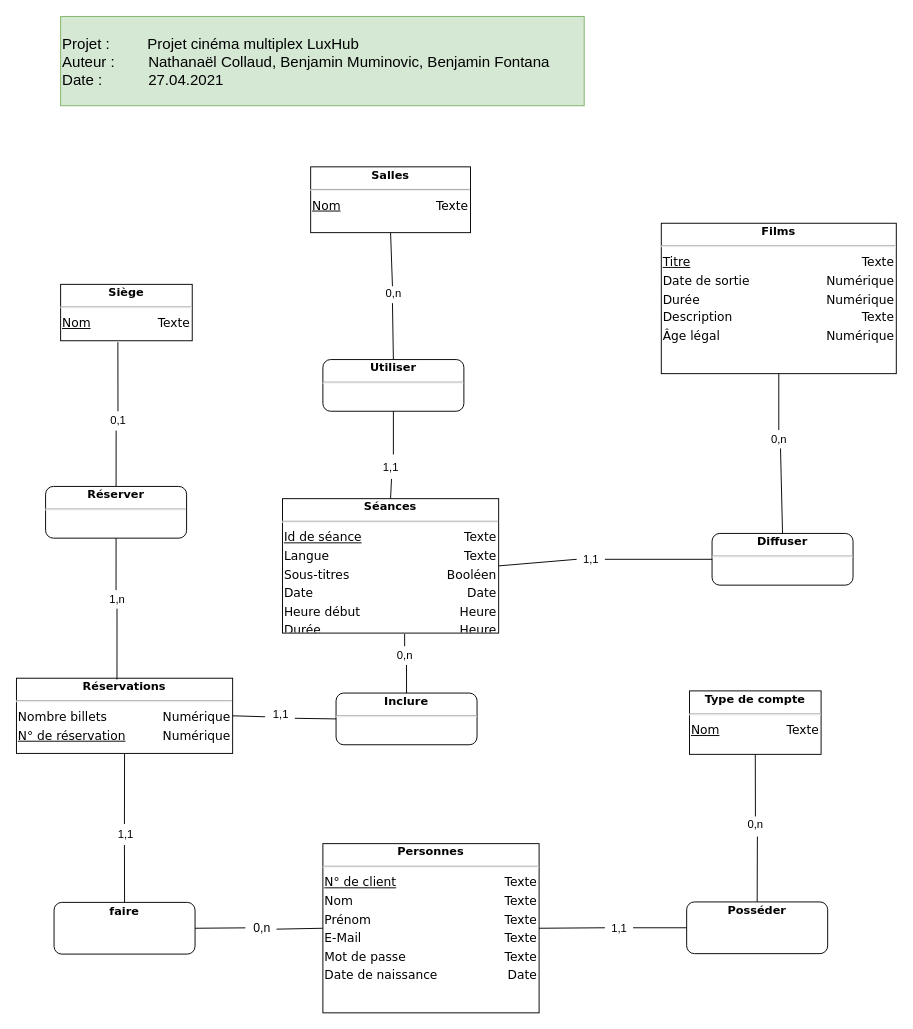
The draw.io diagram Doc/MCD.drawio in benjaminMum/LuxHub, before the edit. Source tidied: cells renumbered, new cells numbered last; positions are measured from the earlier drawing's top-left corner, leaving out a move shared by most shapes. Both pictures are drawn from the tidied source at 94%, with x=0, y=0 at pixel (16, 16).
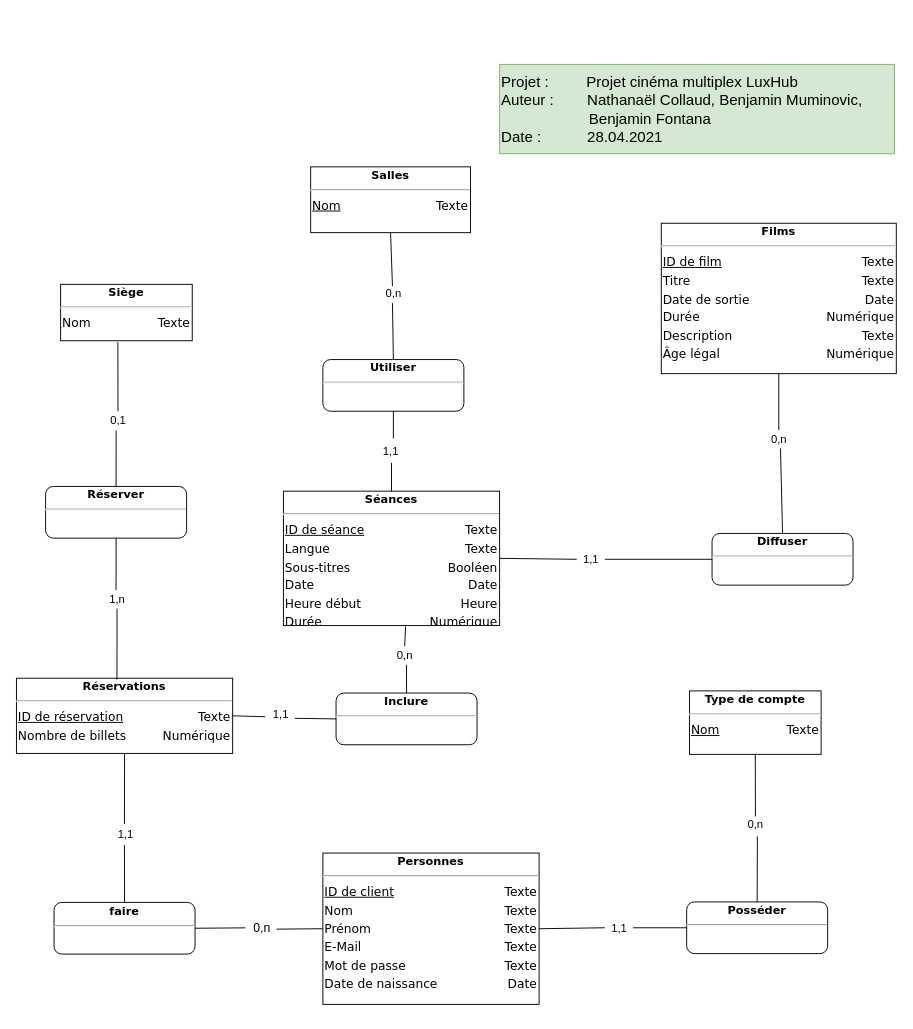
Above is the later version.

Commit message (it also covers changes not shown here):
Modifications on the conceptual data model

The edit, as a diff of the source:
```diff
@@
-    <mxCell id="2" value="Projet :&amp;nbsp; &amp;nbsp; &amp;nbsp; &amp;nbsp; &amp;nbsp;Projet cinéma multiplex LuxHub&lt;br&gt;&lt;span style=&quot;text-align: center&quot;&gt;Auteur :&amp;nbsp; &amp;nbsp; &amp;nbsp; &amp;nbsp; Nathanaël Collaud, Benjamin Muminovic, Benjamin Fontana&lt;/span&gt;&lt;br&gt;&lt;div&gt;Date :&amp;nbsp; &amp;nbsp; &amp;nbsp; &amp;nbsp; &amp;nbsp; &amp;nbsp;27.04.2021&lt;/div&gt;" style="rounded=0;whiteSpace=wrap;html=1;labelBackgroundColor=none;strokeColor=#82b366;fontSize=16;align=left;fillColor=#d5e8d4;" parent="1" vertex="1">
-      <mxGeometry x="47" width="557" height="95" as="geometry" />
+    <mxCell id="2" value="Projet :&amp;nbsp; &amp;nbsp; &amp;nbsp; &amp;nbsp; &amp;nbsp;Projet cinéma multiplex LuxHub&lt;br&gt;&lt;span style=&quot;text-align: center&quot;&gt;Auteur :&amp;nbsp; &amp;nbsp; &amp;nbsp; &amp;nbsp; Nathanaël Collaud, Benjamin Muminovic,&amp;nbsp; &amp;nbsp; &amp;nbsp; &amp;nbsp; &amp;nbsp; &amp;nbsp; &amp;nbsp; &amp;nbsp; &amp;nbsp; &amp;nbsp; &amp;nbsp; &amp;nbsp; &amp;nbsp; &amp;nbsp; &amp;nbsp;Benjamin Fontana&lt;/span&gt;&lt;br&gt;&lt;div&gt;Date :&amp;nbsp; &amp;nbsp; &amp;nbsp; &amp;nbsp; &amp;nbsp; &amp;nbsp;28.04.2021&lt;/div&gt;" style="rounded=0;whiteSpace=wrap;html=1;labelBackgroundColor=none;strokeColor=#82b366;fontSize=16;align=left;fillColor=#d5e8d4;" parent="1" vertex="1">
+      <mxGeometry x="514" y="51" width="420" height="95" as="geometry" />
     </mxCell>
@@
-    <mxCell id="8" value="&lt;div style=&quot;box-sizing: border-box ; width: 100% ; padding: 2px&quot;&gt;&lt;span style=&quot;background-color: rgb(255 , 255 , 255)&quot;&gt;&lt;b&gt;Films&lt;/b&gt;&lt;/span&gt;&lt;/div&gt;&lt;hr&gt;&lt;table style=&quot;width: 100% ; font-size: 1em&quot; cellpadding=&quot;2&quot; cellspacing=&quot;0&quot;&gt;&lt;tbody style=&quot;font-size: 13px&quot;&gt;&lt;tr&gt;&lt;td style=&quot;text-align: left&quot;&gt;&lt;u&gt;Titre&lt;/u&gt;&lt;/td&gt;&lt;td style=&quot;text-align: right&quot;&gt;Texte&lt;/td&gt;&lt;/tr&gt;&lt;tr&gt;&lt;td style=&quot;text-align: left&quot;&gt;Date de sortie&lt;/td&gt;&lt;td style=&quot;text-align: right&quot;&gt;Numérique&lt;/td&gt;&lt;/tr&gt;&lt;tr&gt;&lt;td style=&quot;text-align: left&quot;&gt;Durée&lt;/td&gt;&lt;td style=&quot;text-align: right&quot;&gt;Numérique&lt;/td&gt;&lt;/tr&gt;&lt;tr&gt;&lt;td style=&quot;text-align: left&quot;&gt;Description&lt;/td&gt;&lt;td style=&quot;text-align: right&quot;&gt;Texte&lt;/td&gt;&lt;/tr&gt;&lt;tr&gt;&lt;td style=&quot;text-align: left&quot;&gt;Âge légal&lt;/td&gt;&lt;td style=&quot;text-align: right&quot;&gt;Numérique&lt;/td&gt;&lt;/tr&gt;&lt;/tbody&gt;&lt;/table&gt;" style="verticalAlign=top;align=center;overflow=fill;html=1;rounded=0;shadow=0;comic=0;labelBackgroundColor=none;strokeColor=#000000;strokeWidth=1;fillColor=#ffffff;fontFamily=Verdana;fontSize=12;fontColor=#000000;" parent="1" vertex="1">
+    <mxCell id="8" value="&lt;div style=&quot;box-sizing: border-box ; width: 100% ; padding: 2px&quot;&gt;&lt;span style=&quot;background-color: rgb(255 , 255 , 255)&quot;&gt;&lt;b&gt;Films&lt;/b&gt;&lt;/span&gt;&lt;/div&gt;&lt;hr&gt;&lt;table style=&quot;width: 100% ; font-size: 1em&quot; cellpadding=&quot;2&quot; cellspacing=&quot;0&quot;&gt;&lt;tbody style=&quot;font-size: 13px&quot;&gt;&lt;tr&gt;&lt;td style=&quot;text-align: left&quot;&gt;&lt;u&gt;ID de film&lt;/u&gt;&lt;/td&gt;&lt;td style=&quot;text-align: right&quot;&gt;Texte&lt;/td&gt;&lt;/tr&gt;&lt;tr&gt;&lt;td style=&quot;text-align: left&quot;&gt;Titre&lt;/td&gt;&lt;td style=&quot;text-align: right&quot;&gt;Texte&lt;/td&gt;&lt;/tr&gt;&lt;tr&gt;&lt;td style=&quot;text-align: left&quot;&gt;Date de sortie&lt;/td&gt;&lt;td style=&quot;text-align: right&quot;&gt;Date&lt;/td&gt;&lt;/tr&gt;&lt;tr&gt;&lt;td style=&quot;text-align: left&quot;&gt;Durée&lt;/td&gt;&lt;td style=&quot;text-align: right&quot;&gt;Numérique&lt;/td&gt;&lt;/tr&gt;&lt;tr&gt;&lt;td style=&quot;text-align: left&quot;&gt;Description&lt;/td&gt;&lt;td style=&quot;text-align: right&quot;&gt;Texte&lt;/td&gt;&lt;/tr&gt;&lt;tr&gt;&lt;td style=&quot;text-align: left&quot;&gt;Âge légal&lt;/td&gt;&lt;td style=&quot;text-align: right&quot;&gt;Numérique&lt;/td&gt;&lt;/tr&gt;&lt;/tbody&gt;&lt;/table&gt;" style="verticalAlign=top;align=center;overflow=fill;html=1;rounded=0;shadow=0;comic=0;labelBackgroundColor=none;strokeColor=#000000;strokeWidth=1;fillColor=#ffffff;fontFamily=Verdana;fontSize=12;fontColor=#000000;" parent="1" vertex="1">
       <mxGeometry x="686" y="220" width="250" height="160" as="geometry" />
     </mxCell>
@@
-    <mxCell id="12" value="&lt;div style=&quot;box-sizing: border-box ; width: 100% ; padding: 2px&quot;&gt;&lt;span style=&quot;background-color: rgb(255 , 255 , 255)&quot;&gt;&lt;b&gt;Siège&lt;/b&gt;&lt;/span&gt;&lt;/div&gt;&lt;hr&gt;&lt;table style=&quot;width: 100% ; font-size: 1em&quot; cellpadding=&quot;2&quot; cellspacing=&quot;0&quot;&gt;&lt;tbody style=&quot;font-size: 13px&quot;&gt;&lt;tr&gt;&lt;td style=&quot;text-align: left&quot;&gt;&lt;u&gt;Nom&lt;/u&gt;&lt;/td&gt;&lt;td style=&quot;text-align: right&quot;&gt;Texte&lt;/td&gt;&lt;/tr&gt;&lt;/tbody&gt;&lt;/table&gt;" style="verticalAlign=top;align=center;overflow=fill;html=1;rounded=0;shadow=0;comic=0;labelBackgroundColor=none;strokeColor=#000000;strokeWidth=1;fillColor=#ffffff;fontFamily=Verdana;fontSize=12;fontColor=#000000;" parent="1" vertex="1">
+    <mxCell id="12" value="&lt;div style=&quot;box-sizing: border-box ; width: 100% ; padding: 2px&quot;&gt;&lt;span style=&quot;background-color: rgb(255 , 255 , 255)&quot;&gt;&lt;b&gt;Siège&lt;/b&gt;&lt;/span&gt;&lt;/div&gt;&lt;hr&gt;&lt;table style=&quot;width: 100% ; font-size: 1em&quot; cellpadding=&quot;2&quot; cellspacing=&quot;0&quot;&gt;&lt;tbody style=&quot;font-size: 13px&quot;&gt;&lt;tr&gt;&lt;td style=&quot;text-align: left&quot;&gt;Nom&lt;/td&gt;&lt;td style=&quot;text-align: right&quot;&gt;Texte&lt;/td&gt;&lt;/tr&gt;&lt;/tbody&gt;&lt;/table&gt;" style="verticalAlign=top;align=center;overflow=fill;html=1;rounded=0;shadow=0;comic=0;labelBackgroundColor=none;strokeColor=#000000;strokeWidth=1;fillColor=#ffffff;fontFamily=Verdana;fontSize=12;fontColor=#000000;" parent="1" vertex="1">
       <mxGeometry x="47" y="285" width="140" height="60" as="geometry" />
     </mxCell>
@@
     <mxCell id="16" value="1,1" style="text;html=1;align=center;verticalAlign=middle;points=[];" parent="1" vertex="1">
-      <mxGeometry x="383" y="470" width="30" height="20" as="geometry" />
+      <mxGeometry x="383" y="453" width="30" height="20" as="geometry" />
     </mxCell>
@@
-    <mxCell id="21" value="&lt;div style=&quot;box-sizing: border-box ; width: 100% ; padding: 2px&quot;&gt;&lt;span style=&quot;background-color: rgb(255 , 255 , 255)&quot;&gt;&lt;b&gt;Séances&lt;/b&gt;&lt;/span&gt;&lt;/div&gt;&lt;hr&gt;&lt;table style=&quot;width: 100% ; font-size: 1em&quot; cellpadding=&quot;2&quot; cellspacing=&quot;0&quot;&gt;&lt;tbody style=&quot;font-size: 13px&quot;&gt;&lt;tr&gt;&lt;td style=&quot;text-align: left&quot;&gt;&lt;u&gt;Id de séance&lt;/u&gt;&lt;/td&gt;&lt;td style=&quot;text-align: right&quot;&gt;Texte&lt;/td&gt;&lt;/tr&gt;&lt;tr&gt;&lt;td style=&quot;text-align: left&quot;&gt;Langue&lt;/td&gt;&lt;td style=&quot;text-align: right&quot;&gt;Texte&lt;/td&gt;&lt;/tr&gt;&lt;tr&gt;&lt;td style=&quot;text-align: left&quot;&gt;Sous-titres&lt;/td&gt;&lt;td style=&quot;text-align: right&quot;&gt;Booléen&lt;/td&gt;&lt;/tr&gt;&lt;tr&gt;&lt;td style=&quot;text-align: left&quot;&gt;Date&lt;/td&gt;&lt;td style=&quot;text-align: right&quot;&gt;Date&lt;/td&gt;&lt;/tr&gt;&lt;tr&gt;&lt;td style=&quot;text-align: left&quot;&gt;Heure début&lt;br&gt;&lt;/td&gt;&lt;td style=&quot;text-align: right&quot;&gt;Heure&lt;/td&gt;&lt;/tr&gt;&lt;tr&gt;&lt;td style=&quot;text-align: left&quot;&gt;Durée&lt;/td&gt;&lt;td style=&quot;text-align: right&quot;&gt;Heure&lt;/td&gt;&lt;/tr&gt;&lt;/tbody&gt;&lt;/table&gt;" style="verticalAlign=top;align=center;overflow=fill;html=1;rounded=0;shadow=0;comic=0;labelBackgroundColor=none;strokeColor=#000000;strokeWidth=1;fillColor=#ffffff;fontFamily=Verdana;fontSize=12;fontColor=#000000;" parent="1" vertex="1">
-      <mxGeometry x="283" y="513" width="230" height="143" as="geometry" />
+    <mxCell id="21" value="&lt;div style=&quot;box-sizing: border-box ; width: 100% ; padding: 2px&quot;&gt;&lt;span style=&quot;background-color: rgb(255 , 255 , 255)&quot;&gt;&lt;b&gt;Séances&lt;/b&gt;&lt;/span&gt;&lt;/div&gt;&lt;hr&gt;&lt;table style=&quot;width: 100% ; font-size: 1em&quot; cellpadding=&quot;2&quot; cellspacing=&quot;0&quot;&gt;&lt;tbody style=&quot;font-size: 13px&quot;&gt;&lt;tr&gt;&lt;td style=&quot;text-align: left&quot;&gt;&lt;u&gt;ID de séance&lt;/u&gt;&lt;/td&gt;&lt;td style=&quot;text-align: right&quot;&gt;Texte&lt;/td&gt;&lt;/tr&gt;&lt;tr&gt;&lt;td style=&quot;text-align: left&quot;&gt;Langue&lt;/td&gt;&lt;td style=&quot;text-align: right&quot;&gt;Texte&lt;/td&gt;&lt;/tr&gt;&lt;tr&gt;&lt;td style=&quot;text-align: left&quot;&gt;Sous-titres&lt;/td&gt;&lt;td style=&quot;text-align: right&quot;&gt;Booléen&lt;/td&gt;&lt;/tr&gt;&lt;tr&gt;&lt;td style=&quot;text-align: left&quot;&gt;Date&lt;/td&gt;&lt;td style=&quot;text-align: right&quot;&gt;Date&lt;/td&gt;&lt;/tr&gt;&lt;tr&gt;&lt;td style=&quot;text-align: left&quot;&gt;Heure début&lt;br&gt;&lt;/td&gt;&lt;td style=&quot;text-align: right&quot;&gt;Heure&lt;/td&gt;&lt;/tr&gt;&lt;tr&gt;&lt;td style=&quot;text-align: left&quot;&gt;Durée&lt;/td&gt;&lt;td style=&quot;text-align: right&quot;&gt;Numérique&lt;/td&gt;&lt;/tr&gt;&lt;/tbody&gt;&lt;/table&gt;" style="verticalAlign=top;align=center;overflow=fill;html=1;rounded=0;shadow=0;comic=0;labelBackgroundColor=none;strokeColor=#000000;strokeWidth=1;fillColor=#ffffff;fontFamily=Verdana;fontSize=12;fontColor=#000000;" parent="1" vertex="1">
+      <mxGeometry x="284" y="505" width="230" height="143" as="geometry" />
     </mxCell>
@@
-    <mxCell id="23" value="&lt;div style=&quot;box-sizing: border-box ; width: 100% ; padding: 2px&quot;&gt;&lt;span style=&quot;background-color: rgb(255 , 255 , 255)&quot;&gt;&lt;b&gt;Personnes&lt;/b&gt;&lt;/span&gt;&lt;/div&gt;&lt;hr&gt;&lt;table style=&quot;width: 100% ; font-size: 1em&quot; cellpadding=&quot;2&quot; cellspacing=&quot;0&quot;&gt;&lt;tbody style=&quot;font-size: 13px&quot;&gt;&lt;tr&gt;&lt;td style=&quot;text-align: left&quot;&gt;&lt;u&gt;N° de client&lt;/u&gt;&lt;/td&gt;&lt;td style=&quot;text-align: right&quot;&gt;Texte&lt;/td&gt;&lt;/tr&gt;&lt;tr&gt;&lt;td style=&quot;text-align: left&quot;&gt;Nom&lt;/td&gt;&lt;td style=&quot;text-align: right&quot;&gt;Texte&lt;/td&gt;&lt;/tr&gt;&lt;tr&gt;&lt;td style=&quot;text-align: left&quot;&gt;Prénom&lt;br&gt;&lt;/td&gt;&lt;td style=&quot;text-align: right&quot;&gt;Texte&lt;/td&gt;&lt;/tr&gt;&lt;tr&gt;&lt;td style=&quot;text-align: left&quot;&gt;E-Mail&lt;/td&gt;&lt;td style=&quot;text-align: right&quot;&gt;&lt;span&gt;Texte&lt;/span&gt;&lt;br&gt;&lt;/td&gt;&lt;/tr&gt;&lt;tr&gt;&lt;td style=&quot;text-align: left&quot;&gt;Mot de passe&lt;/td&gt;&lt;td style=&quot;text-align: right&quot;&gt;&lt;span&gt;Texte&lt;/span&gt;&lt;br&gt;&lt;/td&gt;&lt;/tr&gt;&lt;tr&gt;&lt;td style=&quot;text-align: left&quot;&gt;Date de naissance&lt;/td&gt;&lt;td style=&quot;text-align: right&quot;&gt;Date&lt;/td&gt;&lt;/tr&gt;&lt;/tbody&gt;&lt;/table&gt;" style="verticalAlign=top;align=center;overflow=fill;html=1;rounded=0;shadow=0;comic=0;labelBackgroundColor=none;strokeColor=#000000;strokeWidth=1;fillColor=#ffffff;fontFamily=Verdana;fontSize=12;fontColor=#000000;" parent="1" vertex="1">
-      <mxGeometry x="326" y="880" width="230" height="180" as="geometry" />
+    <mxCell id="23" value="&lt;div style=&quot;box-sizing: border-box ; width: 100% ; padding: 2px&quot;&gt;&lt;span style=&quot;background-color: rgb(255 , 255 , 255)&quot;&gt;&lt;b&gt;Personnes&lt;/b&gt;&lt;/span&gt;&lt;/div&gt;&lt;hr&gt;&lt;table style=&quot;width: 100% ; font-size: 1em&quot; cellpadding=&quot;2&quot; cellspacing=&quot;0&quot;&gt;&lt;tbody style=&quot;font-size: 13px&quot;&gt;&lt;tr&gt;&lt;td style=&quot;text-align: left&quot;&gt;&lt;u&gt;ID de client&lt;/u&gt;&lt;/td&gt;&lt;td style=&quot;text-align: right&quot;&gt;Texte&lt;/td&gt;&lt;/tr&gt;&lt;tr&gt;&lt;td style=&quot;text-align: left&quot;&gt;Nom&lt;/td&gt;&lt;td style=&quot;text-align: right&quot;&gt;Texte&lt;/td&gt;&lt;/tr&gt;&lt;tr&gt;&lt;td style=&quot;text-align: left&quot;&gt;Prénom&lt;br&gt;&lt;/td&gt;&lt;td style=&quot;text-align: right&quot;&gt;Texte&lt;/td&gt;&lt;/tr&gt;&lt;tr&gt;&lt;td style=&quot;text-align: left&quot;&gt;E-Mail&lt;/td&gt;&lt;td style=&quot;text-align: right&quot;&gt;&lt;span&gt;Texte&lt;/span&gt;&lt;br&gt;&lt;/td&gt;&lt;/tr&gt;&lt;tr&gt;&lt;td style=&quot;text-align: left&quot;&gt;Mot de passe&lt;/td&gt;&lt;td style=&quot;text-align: right&quot;&gt;&lt;span&gt;Texte&lt;/span&gt;&lt;br&gt;&lt;/td&gt;&lt;/tr&gt;&lt;tr&gt;&lt;td style=&quot;text-align: left&quot;&gt;Date de naissance&lt;/td&gt;&lt;td style=&quot;text-align: right&quot;&gt;Date&lt;/td&gt;&lt;/tr&gt;&lt;/tbody&gt;&lt;/table&gt;" style="verticalAlign=top;align=center;overflow=fill;html=1;rounded=0;shadow=0;comic=0;labelBackgroundColor=none;strokeColor=#000000;strokeWidth=1;fillColor=#ffffff;fontFamily=Verdana;fontSize=12;fontColor=#000000;" parent="1" vertex="1">
+      <mxGeometry x="326" y="890" width="230" height="161" as="geometry" />
     </mxCell>
-    <mxCell id="24" value="&lt;div style=&quot;box-sizing: border-box ; width: 100% ; padding: 2px&quot;&gt;&lt;span style=&quot;background-color: rgb(255 , 255 , 255)&quot;&gt;&lt;b&gt;Réservations&lt;/b&gt;&lt;/span&gt;&lt;/div&gt;&lt;hr&gt;&lt;table style=&quot;width: 100% ; font-size: 1em&quot; cellpadding=&quot;2&quot; cellspacing=&quot;0&quot;&gt;&lt;tbody style=&quot;font-size: 13px&quot;&gt;&lt;tr&gt;&lt;td style=&quot;text-align: left&quot;&gt;Nombre billets&lt;br&gt;&lt;/td&gt;&lt;td style=&quot;text-align: right&quot;&gt;Numérique&lt;/td&gt;&lt;/tr&gt;&lt;tr&gt;&lt;td style=&quot;text-align: left&quot;&gt;&lt;u&gt;N° de réservation&lt;/u&gt;&lt;/td&gt;&lt;td style=&quot;text-align: right&quot;&gt;Numérique&lt;/td&gt;&lt;/tr&gt;&lt;/tbody&gt;&lt;/table&gt;" style="verticalAlign=top;align=center;overflow=fill;html=1;rounded=0;shadow=0;comic=0;labelBackgroundColor=none;strokeColor=#000000;strokeWidth=1;fillColor=#ffffff;fontFamily=Verdana;fontSize=12;fontColor=#000000;" parent="1" vertex="1">
+    <mxCell id="24" value="&lt;div style=&quot;box-sizing: border-box ; width: 100% ; padding: 2px&quot;&gt;&lt;span style=&quot;background-color: rgb(255 , 255 , 255)&quot;&gt;&lt;b&gt;Réservations&lt;/b&gt;&lt;/span&gt;&lt;/div&gt;&lt;hr&gt;&lt;table style=&quot;width: 100% ; font-size: 1em&quot; cellpadding=&quot;2&quot; cellspacing=&quot;0&quot;&gt;&lt;tbody style=&quot;font-size: 13px&quot;&gt;&lt;tr&gt;&lt;td style=&quot;text-align: left&quot;&gt;&lt;u&gt;ID de réservation&lt;/u&gt;&lt;br&gt;&lt;/td&gt;&lt;td style=&quot;text-align: right&quot;&gt;Texte&lt;/td&gt;&lt;/tr&gt;&lt;tr&gt;&lt;td style=&quot;text-align: left&quot;&gt;Nombre de billets&lt;/td&gt;&lt;td style=&quot;text-align: right&quot;&gt;Numérique&lt;/td&gt;&lt;/tr&gt;&lt;/tbody&gt;&lt;/table&gt;" style="verticalAlign=top;align=center;overflow=fill;html=1;rounded=0;shadow=0;comic=0;labelBackgroundColor=none;strokeColor=#000000;strokeWidth=1;fillColor=#ffffff;fontFamily=Verdana;fontSize=12;fontColor=#000000;" parent="1" vertex="1">
       <mxGeometry y="704" width="230" height="80" as="geometry" />
     </mxCell>
-    <mxCell id="25" value="&lt;div style=&quot;box-sizing: border-box ; width: 100% ; padding: 2px&quot;&gt;&lt;b&gt;faire&lt;/b&gt;&lt;/div&gt;&lt;table style=&quot;width: 100% ; font-size: 1em&quot; cellpadding=&quot;2&quot; cellspacing=&quot;0&quot;&gt;&lt;tbody&gt;&lt;tr&gt;&lt;td style=&quot;text-align: left&quot;&gt;&lt;br&gt;&lt;/td&gt;&lt;td style=&quot;text-align: right&quot;&gt;&lt;br&gt;&lt;/td&gt;&lt;/tr&gt;&lt;/tbody&gt;&lt;/table&gt;" style="verticalAlign=top;align=center;overflow=fill;html=1;rounded=1;shadow=0;comic=0;labelBackgroundColor=none;strokeColor=#000000;strokeWidth=1;fillColor=#ffffff;fontFamily=Verdana;fontSize=12;fontColor=#000000;" parent="1" vertex="1">
+    <mxCell id="25" value="&lt;div style=&quot;box-sizing: border-box ; width: 100% ; padding: 2px&quot;&gt;&lt;b&gt;faire&lt;/b&gt;&lt;/div&gt;&lt;hr&gt;&lt;table style=&quot;width: 100% ; font-size: 1em&quot; cellpadding=&quot;2&quot; cellspacing=&quot;0&quot;&gt;&lt;tbody&gt;&lt;tr&gt;&lt;td style=&quot;text-align: left&quot;&gt;&lt;br&gt;&lt;/td&gt;&lt;td style=&quot;text-align: right&quot;&gt;&lt;br&gt;&lt;/td&gt;&lt;/tr&gt;&lt;/tbody&gt;&lt;/table&gt;" style="verticalAlign=top;align=center;overflow=fill;html=1;rounded=1;shadow=0;comic=0;labelBackgroundColor=none;strokeColor=#000000;strokeWidth=1;fillColor=#ffffff;fontFamily=Verdana;fontSize=12;fontColor=#000000;" parent="1" vertex="1">
       <mxGeometry x="40" y="942.5" width="150" height="55" as="geometry" />
     </mxCell>
-    <mxCell id="26" value="&lt;div style=&quot;box-sizing: border-box ; width: 100% ; padding: 2px&quot;&gt;&lt;b&gt;Posséder&lt;/b&gt;&lt;/div&gt;&lt;table style=&quot;width: 100% ; font-size: 1em&quot; cellpadding=&quot;2&quot; cellspacing=&quot;0&quot;&gt;&lt;tbody&gt;&lt;tr&gt;&lt;td style=&quot;text-align: left&quot;&gt;&lt;br&gt;&lt;/td&gt;&lt;td style=&quot;text-align: right&quot;&gt;&lt;br&gt;&lt;/td&gt;&lt;/tr&gt;&lt;/tbody&gt;&lt;/table&gt;" style="verticalAlign=top;align=center;overflow=fill;html=1;rounded=1;shadow=0;comic=0;labelBackgroundColor=none;strokeColor=#000000;strokeWidth=1;fillColor=#ffffff;fontFamily=Verdana;fontSize=12;fontColor=#000000;" parent="1" vertex="1">
+    <mxCell id="26" value="&lt;div style=&quot;box-sizing: border-box ; width: 100% ; padding: 2px&quot;&gt;&lt;b&gt;Posséder&lt;/b&gt;&lt;/div&gt;&lt;hr&gt;&lt;table style=&quot;width: 100% ; font-size: 1em&quot; cellpadding=&quot;2&quot; cellspacing=&quot;0&quot;&gt;&lt;tbody&gt;&lt;tr&gt;&lt;td style=&quot;text-align: left&quot;&gt;&lt;br&gt;&lt;/td&gt;&lt;td style=&quot;text-align: right&quot;&gt;&lt;br&gt;&lt;/td&gt;&lt;/tr&gt;&lt;/tbody&gt;&lt;/table&gt;" style="verticalAlign=top;align=center;overflow=fill;html=1;rounded=1;shadow=0;comic=0;labelBackgroundColor=none;strokeColor=#000000;strokeWidth=1;fillColor=#ffffff;fontFamily=Verdana;fontSize=12;fontColor=#000000;" parent="1" vertex="1">
       <mxGeometry x="713" y="942" width="150" height="55" as="geometry" />
     </mxCell>
```
